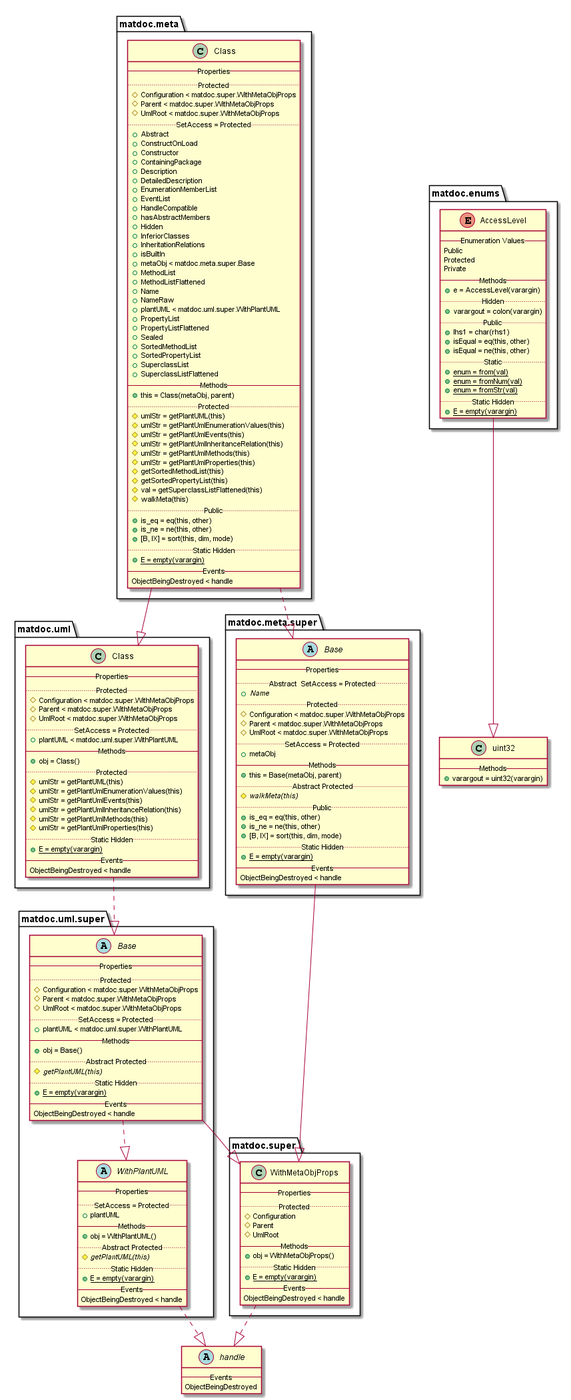
flxdot/matdoc keeps this PlantUML diagram as doc/uml-examples/export-class-MethodInheritanceHint-false.png. Above is the earlier version.
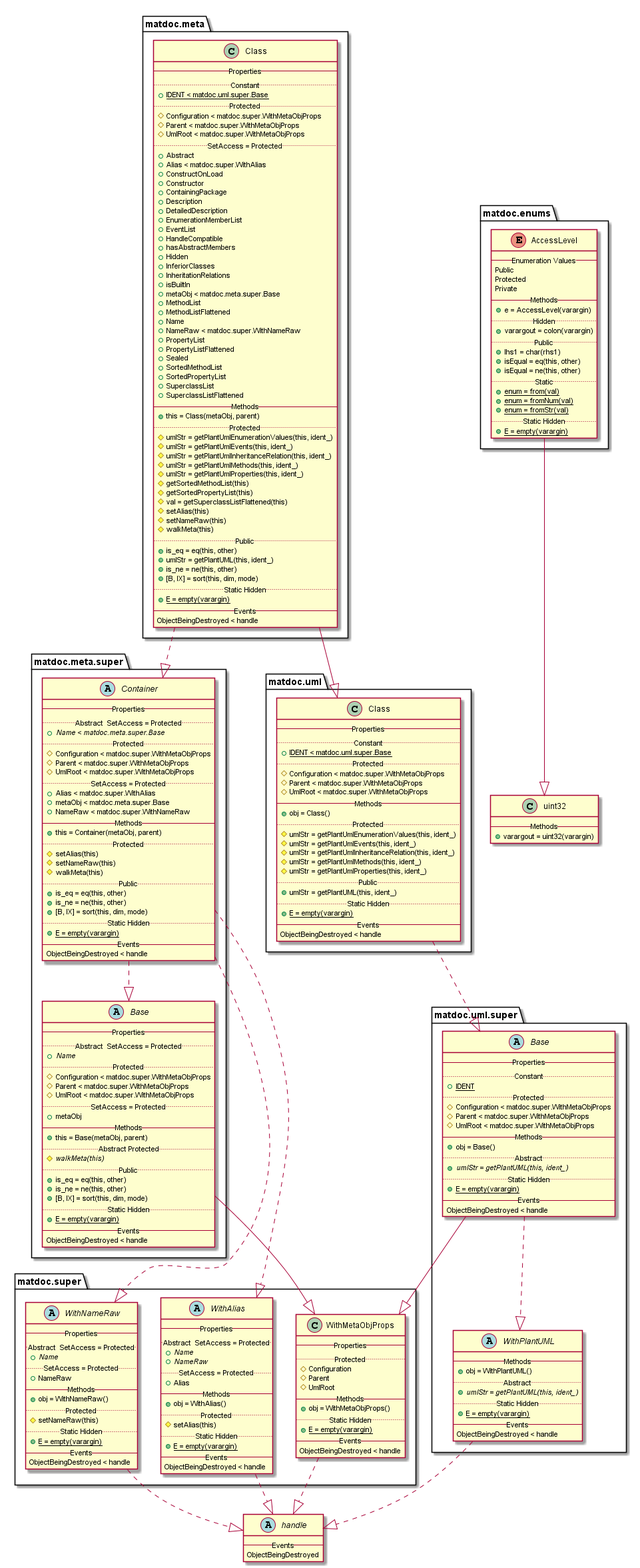
The same diagram one commit later.

The edit, as a diff of the source:
```diff
@@ -20,23 +20,26 @@
    {method} + isEqual = eq(this, other)
    {method} + isEqual = ne(this, other)
    .. Static ..
-   {method}{static} + enum = from(val)
-   {method}{static} + enum = fromNum(val)
-   {method}{static} + enum = fromStr(val)
+   {method} {static} + enum = from(val)
+   {method} {static} + enum = fromNum(val)
+   {method} {static} + enum = fromStr(val)
    .. Static Hidden ..
-   {method}{static} + E = empty(varargin)
+   {method} {static} + E = empty(varargin)
 }
 
 matdoc.enums.AccessLevel --|> uint32
 
 class matdoc.meta.Class {
    -- Properties --
+   .. Constant ..
+   {field} {static} + IDENT < matdoc.uml.super.Base
    .. Protected ..
    {field} # Configuration < matdoc.super.WithMetaObjProps
    {field} # Parent < matdoc.super.WithMetaObjProps
    {field} # UmlRoot < matdoc.super.WithMetaObjProps
    .. SetAccess = Protected ..
    {field} + Abstract
+   {field} + Alias < matdoc.super.WithAlias
    {field} + ConstructOnLoad
    {field} + Constructor
    {field} + ContainingPackage
@@ -54,8 +57,7 @@
    {field} + MethodList
    {field} + MethodListFlattened
    {field} + Name
-   {field} + NameRaw
-   {field} + plantUML < matdoc.uml.super.WithPlantUML
+   {field} + NameRaw < matdoc.super.WithNameRaw
    {field} + PropertyList
    {field} + PropertyListFlattened
    {field} + Sealed
@@ -66,33 +68,35 @@
    -- Methods --
    {method} + this = Class(metaObj, parent)
    .. Protected ..
-   {method} # umlStr = getPlantUML(this)
-   {method} # umlStr = getPlantUmlEnumerationValues(this)
-   {method} # umlStr = getPlantUmlEvents(this)
-   {method} # umlStr = getPlantUmlInheritanceRelation(this)
-   {method} # umlStr = getPlantUmlMethods(this)
-   {method} # umlStr = getPlantUmlProperties(this)
+   {method} # umlStr = getPlantUmlEnumerationValues(this, ident_)
+   {method} # umlStr = getPlantUmlEvents(this, ident_)
+   {method} # umlStr = getPlantUmlInheritanceRelation(this, ident_)
+   {method} # umlStr = getPlantUmlMethods(this, ident_)
+   {method} # umlStr = getPlantUmlProperties(this, ident_)
    {method} # getSortedMethodList(this)
    {method} # getSortedPropertyList(this)
    {method} # val = getSuperclassListFlattened(this)
+   {method} # setAlias(this)
+   {method} # setNameRaw(this)
    {method} # walkMeta(this)
    .. Public ..
    {method} + is_eq = eq(this, other)
+   {method} + umlStr = getPlantUML(this, ident_)
    {method} + is_ne = ne(this, other)
    {method} + [B, IX] = sort(this, dim, mode)
    .. Static Hidden ..
-   {method}{static} + E = empty(varargin)
+   {method} {static} + E = empty(varargin)
    -- Events --
    ObjectBeingDestroyed < handle
 }
 
-matdoc.meta.Class ..|> matdoc.meta.super.Base
+matdoc.meta.Class ..|> matdoc.meta.super.Container
 matdoc.meta.Class --|> matdoc.uml.Class
 
 abstract class matdoc.meta.super.Base {
    -- Properties --
    .. Abstract  SetAccess = Protected ..
-   {field}{abstract} + Name
+   {field} {abstract} + Name
    .. Protected ..
    {field} # Configuration < matdoc.super.WithMetaObjProps
    {field} # Parent < matdoc.super.WithMetaObjProps
@@ -102,18 +106,69 @@
    -- Methods --
    {method} + this = Base(metaObj, parent)
    .. Abstract Protected ..
-   {method}{abstract} # walkMeta(this)
+   {method} {abstract} # walkMeta(this)
    .. Public ..
    {method} + is_eq = eq(this, other)
    {method} + is_ne = ne(this, other)
    {method} + [B, IX] = sort(this, dim, mode)
    .. Static Hidden ..
-   {method}{static} + E = empty(varargin)
+   {method} {static} + E = empty(varargin)
    -- Events --
    ObjectBeingDestroyed < handle
 }
 
 matdoc.meta.super.Base --|> matdoc.super.WithMetaObjProps
+
+abstract class matdoc.meta.super.Container {
+   -- Properties --
+   .. Abstract  SetAccess = Protected ..
+   {field} {abstract} + Name < matdoc.meta.super.Base
+   .. Protected ..
+   {field} # Configuration < matdoc.super.WithMetaObjProps
+   {field} # Parent < matdoc.super.WithMetaObjProps
+   {field} # UmlRoot < matdoc.super.WithMetaObjProps
+   .. SetAccess = Protected ..
+   {field} + Alias < matdoc.super.WithAlias
+   {field} + metaObj < matdoc.meta.super.Base
+   {field} + NameRaw < matdoc.super.WithNameRaw
+   -- Methods --
+   {method} + this = Container(metaObj, parent)
+   .. Protected ..
+   {method} # setAlias(this)
+   {method} # setNameRaw(this)
+   {method} # walkMeta(this)
+   .. Public ..
+   {method} + is_eq = eq(this, other)
+   {method} + is_ne = ne(this, other)
+   {method} + [B, IX] = sort(this, dim, mode)
+   .. Static Hidden ..
+   {method} {static} + E = empty(varargin)
+   -- Events --
+   ObjectBeingDestroyed < handle
+}
+
+matdoc.meta.super.Container ..|> matdoc.meta.super.Base
+matdoc.meta.super.Container ..|> matdoc.super.WithNameRaw
+matdoc.meta.super.Container ..|> matdoc.super.WithAlias
+
+abstract class matdoc.super.WithAlias {
+   -- Properties --
+   .. Abstract  SetAccess = Protected ..
+   {field} {abstract} + Name
+   {field} {abstract} + NameRaw
+   .. SetAccess = Protected ..
+   {field} + Alias
+   -- Methods --
+   {method} + obj = WithAlias()
+   .. Protected ..
+   {method} # setAlias(this)
+   .. Static Hidden ..
+   {method} {static} + E = empty(varargin)
+   -- Events --
+   ObjectBeingDestroyed < handle
+}
+
+matdoc.super.WithAlias ..|> handle
 
 class matdoc.super.WithMetaObjProps {
    -- Properties --
@@ -124,32 +179,51 @@
    -- Methods --
    {method} + obj = WithMetaObjProps()
    .. Static Hidden ..
-   {method}{static} + E = empty(varargin)
+   {method} {static} + E = empty(varargin)
    -- Events --
    ObjectBeingDestroyed < handle
 }
 
 matdoc.super.WithMetaObjProps ..|> handle
 
+abstract class matdoc.super.WithNameRaw {
+   -- Properties --
+   .. Abstract  SetAccess = Protected ..
+   {field} {abstract} + Name
+   .. SetAccess = Protected ..
+   {field} + NameRaw
+   -- Methods --
+   {method} + obj = WithNameRaw()
+   .. Protected ..
+   {method} # setNameRaw(this)
+   .. Static Hidden ..
+   {method} {static} + E = empty(varargin)
+   -- Events --
+   ObjectBeingDestroyed < handle
+}
+
+matdoc.super.WithNameRaw ..|> handle
+
 class matdoc.uml.Class {
    -- Properties --
+   .. Constant ..
+   {field} {static} + IDENT < matdoc.uml.super.Base
    .. Protected ..
    {field} # Configuration < matdoc.super.WithMetaObjProps
    {field} # Parent < matdoc.super.WithMetaObjProps
    {field} # UmlRoot < matdoc.super.WithMetaObjProps
-   .. SetAccess = Protected ..
-   {field} + plantUML < matdoc.uml.super.WithPlantUML
    -- Methods --
    {method} + obj = Class()
    .. Protected ..
-   {method} # umlStr = getPlantUML(this)
-   {method} # umlStr = getPlantUmlEnumerationValues(this)
-   {method} # umlStr = getPlantUmlEvents(this)
-   {method} # umlStr = getPlantUmlInheritanceRelation(this)
-   {method} # umlStr = getPlantUmlMethods(this)
-   {method} # umlStr = getPlantUmlProperties(this)
+   {method} # umlStr = getPlantUmlEnumerationValues(this, ident_)
+   {method} # umlStr = getPlantUmlEvents(this, ident_)
+   {method} # umlStr = getPlantUmlInheritanceRelation(this, ident_)
+   {method} # umlStr = getPlantUmlMethods(this, ident_)
+   {method} # umlStr = getPlantUmlProperties(this, ident_)
+   .. Public ..
+   {method} + umlStr = getPlantUML(this, ident_)
    .. Static Hidden ..
-   {method}{static} + E = empty(varargin)
+   {method} {static} + E = empty(varargin)
    -- Events --
    ObjectBeingDestroyed < handle
 }
@@ -158,18 +232,18 @@
 
 abstract class matdoc.uml.super.Base {
    -- Properties --
+   .. Constant ..
+   {field} {static} + IDENT
    .. Protected ..
    {field} # Configuration < matdoc.super.WithMetaObjProps
    {field} # Parent < matdoc.super.WithMetaObjProps
    {field} # UmlRoot < matdoc.super.WithMetaObjProps
-   .. SetAccess = Protected ..
-   {field} + plantUML < matdoc.uml.super.WithPlantUML
    -- Methods --
    {method} + obj = Base()
-   .. Abstract Protected ..
-   {method}{abstract} # getPlantUML(this)
+   .. Abstract ..
+   {method} {abstract} + umlStr = getPlantUML(this, ident_)
    .. Static Hidden ..
-   {method}{static} + E = empty(varargin)
+   {method} {static} + E = empty(varargin)
    -- Events --
    ObjectBeingDestroyed < handle
 }
@@ -178,15 +252,12 @@
 matdoc.uml.super.Base ..|> matdoc.uml.super.WithPlantUML
 
 abstract class matdoc.uml.super.WithPlantUML {
-   -- Properties --
-   .. SetAccess = Protected ..
-   {field} + plantUML
    -- Methods --
    {method} + obj = WithPlantUML()
-   .. Abstract Protected ..
-   {method}{abstract} # getPlantUML(this)
+   .. Abstract ..
+   {method} {abstract} + umlStr = getPlantUML(this, ident_)
    .. Static Hidden ..
-   {method}{static} + E = empty(varargin)
+   {method} {static} + E = empty(varargin)
    -- Events --
    ObjectBeingDestroyed < handle
 }
```
